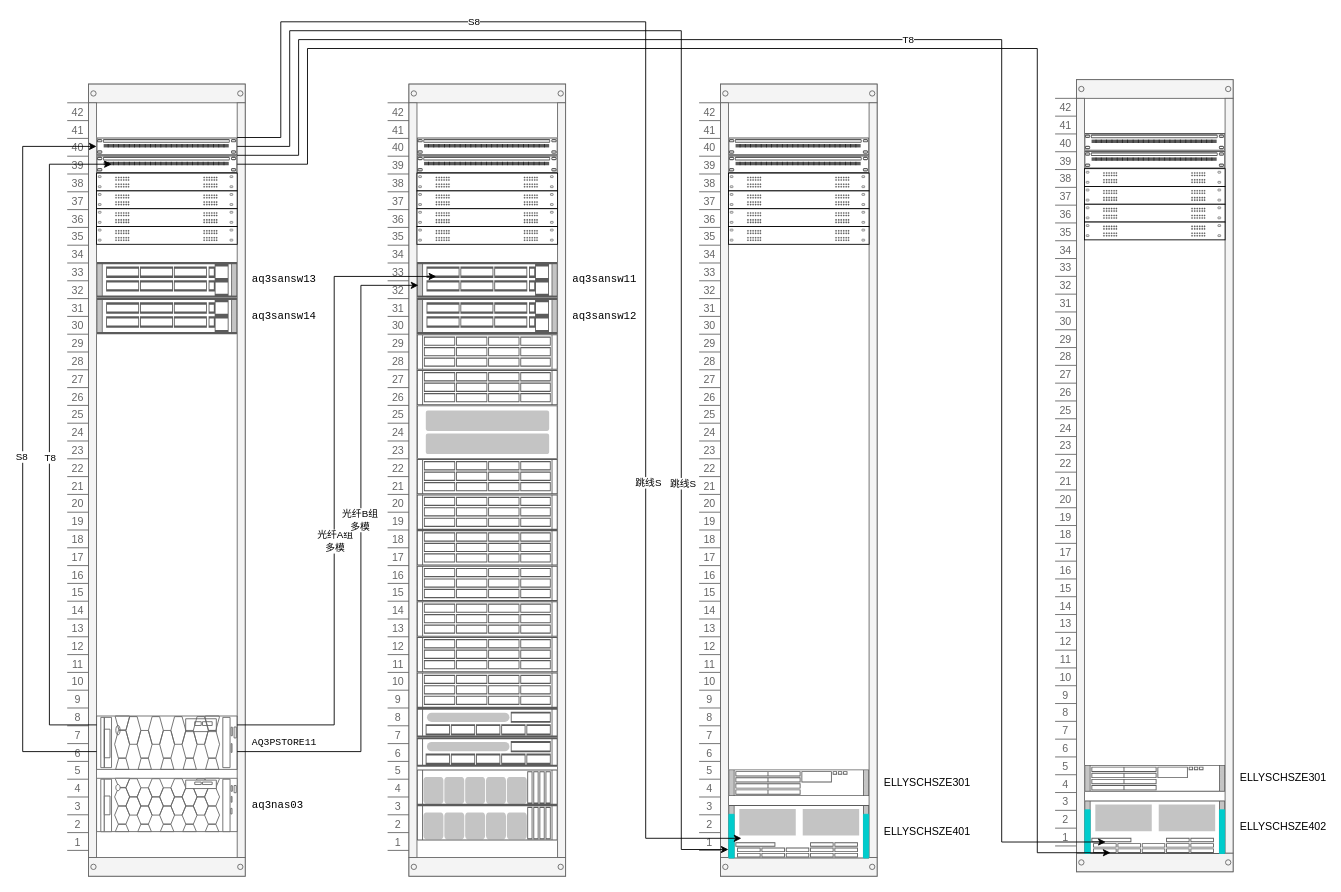
This is storage.drawio from riku7032/draw, a draw.io file, before an edit. Source tidied: cells renumbered, new cells numbered last; positions are measured from the earlier drawing's top-left corner, leaving out a move shared by most shapes. Both pictures are drawn from the tidied source at 89%, with x=0, y=0 at pixel (22, 21).
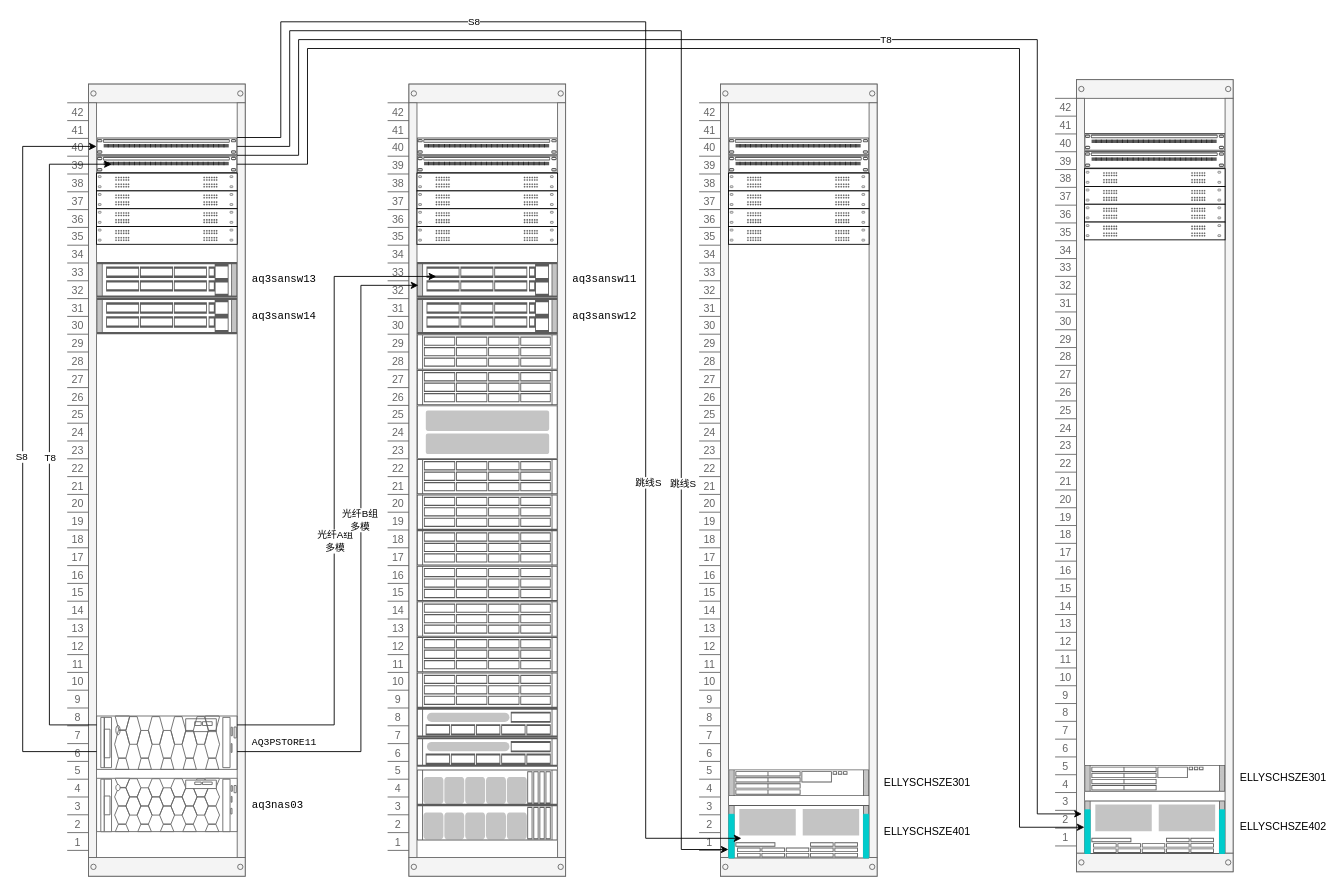
The same diagram, later.

The change refers to these unchanged cells:
```xml
<mxCell id="4" style="strokeColor=#666666;html=1;labelPosition=right;align=left;spacingLeft=15;shadow=0;dashed=0;outlineConnect=0;shape=mxgraph.rack.general.cat5e_rack_mount_patch_panel_24_ports;" parent="2" vertex="1">
  <mxGeometry x="33" y="80" width="158" height="20" as="geometry" />
</mxCell>
<mxCell id="1353" value="ELLYSCHSZE402" style="shape=mxgraph.rack.cisco.cisco_ucs_c460_m2_server;html=1;labelPosition=right;align=left;spacingLeft=15;dashed=0;shadow=0;fillColor=#ffffff;" parent="1021" vertex="1">
  <mxGeometry x="33" y="810" width="158" height="60" as="geometry" />
</mxCell>
```

The edit, as a diff of the source:
```diff
@@
-    <mxCell id="1361" style="edgeStyle=orthogonalEdgeStyle;rounded=0;jettySize=auto;html=1;entryX=0.151;entryY=0.776;entryDx=0;entryDy=0;entryPerimeter=0;" parent="1" edge="1" source="4" target="1353">
+    <mxCell id="1361" style="edgeStyle=orthogonalEdgeStyle;rounded=0;jettySize=auto;html=1;" parent="1" edge="1" source="4">
       <mxGeometry relative="1" as="geometry">
+        <mxPoint x="1190" y="890" as="targetPoint" />
         <Array as="points">
           <mxPoint x="310" y="150" />
           <mxPoint x="310" y="20" />
-          <mxPoint x="1100" y="20" />
-          <mxPoint x="1100" y="922" />
+          <mxPoint x="1140" y="20" />
+          <mxPoint x="1140" y="890" />
         </Array>
       </mxGeometry>
     </mxCell>
@@
-    <mxCell id="1365" style="edgeStyle=orthogonalEdgeStyle;rounded=0;jettySize=auto;html=1;entryX=0.185;entryY=0.977;entryDx=0;entryDy=0;entryPerimeter=0;" parent="1" edge="1" source="4" target="1353">
+    <mxCell id="1365" style="edgeStyle=orthogonalEdgeStyle;rounded=0;jettySize=auto;html=1;" parent="1" edge="1" source="4" target="1353">
       <mxGeometry relative="1" as="geometry">
         <Array as="points">
           <mxPoint x="320" y="160" />
           <mxPoint x="320" y="30" />
-          <mxPoint x="1140" y="30" />
-          <mxPoint x="1140" y="934" />
+          <mxPoint x="1120" y="30" />
+          <mxPoint x="1120" y="905" />
         </Array>
       </mxGeometry>
     </mxCell>
```
